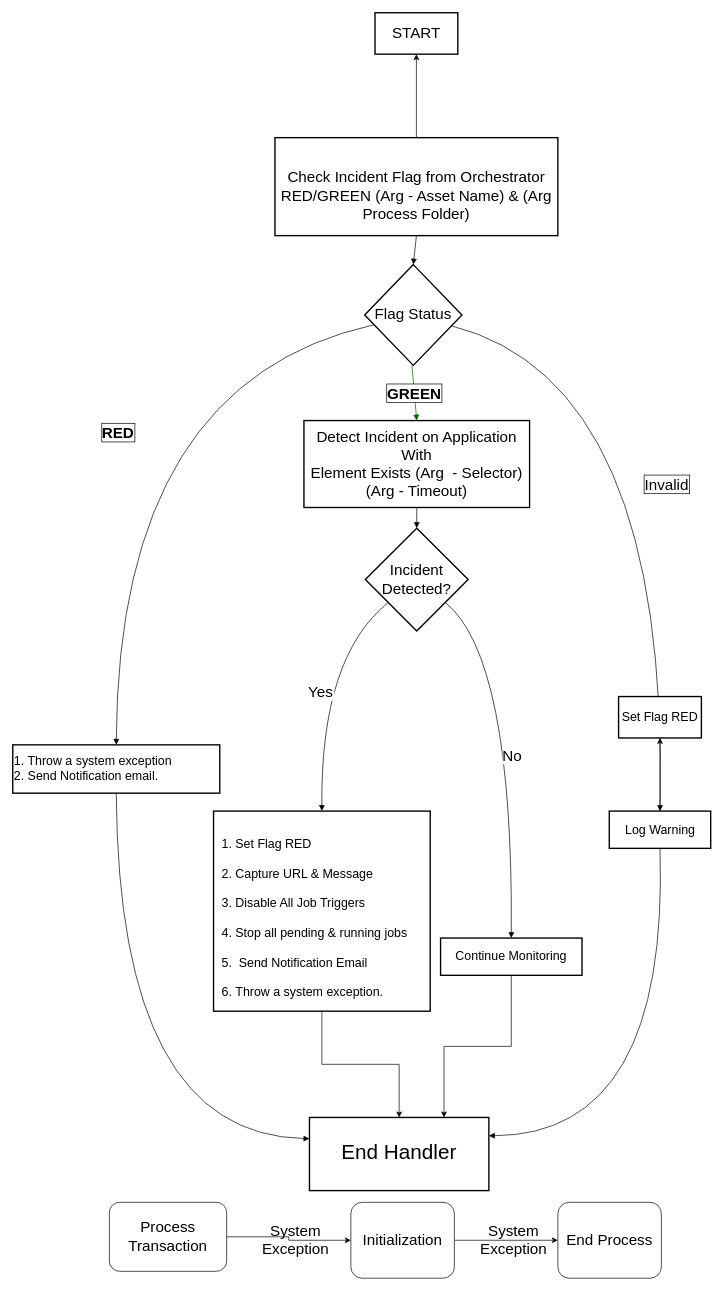
This is Untitled Diagram.drawio from harshitsharmatpg/vault, a draw.io file, before an edit. Source tidied: cells renumbered, new cells numbered last; positions are measured from the earlier drawing's top-left corner, leaving out a move shared by most shapes. Both pictures are drawn from the tidied source at 69%, with x=0, y=0 at pixel (12, 12).
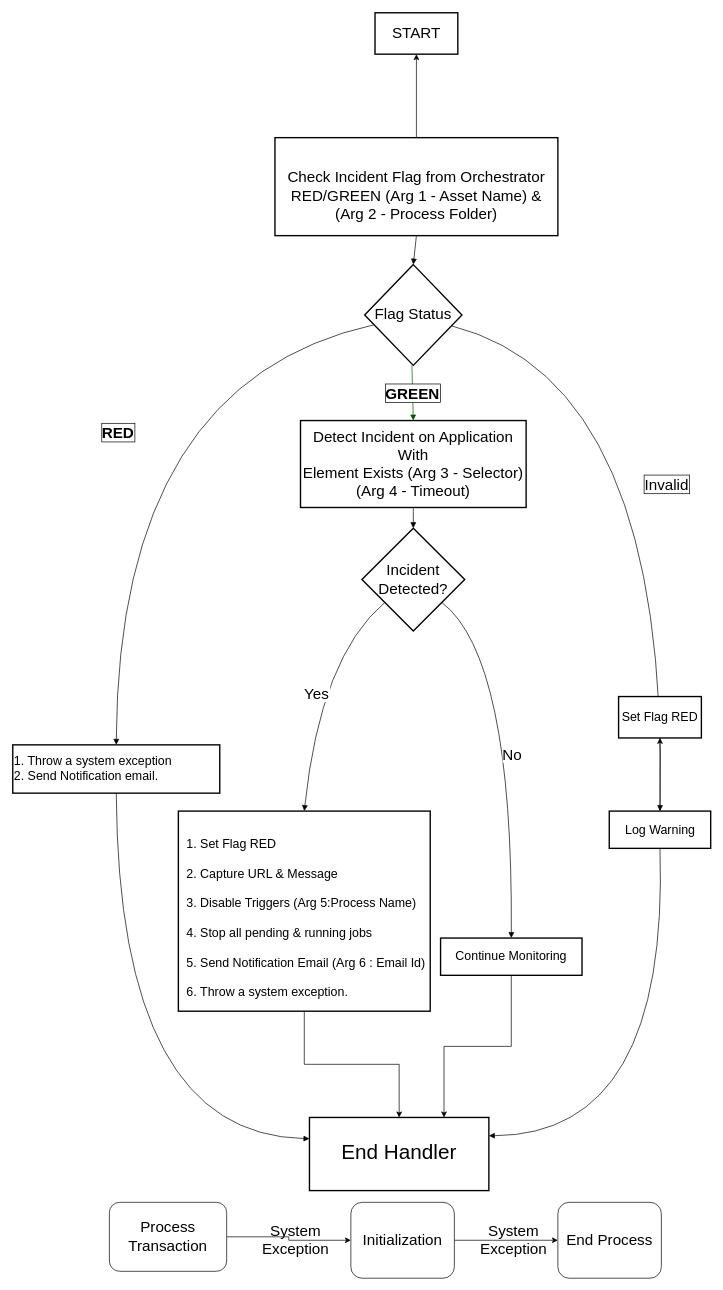
Above is the later version.

The edit, as a diff of the source:
```diff
@@
-    <mxCell id="3" value="&#10;Check Incident Flag from Orchestrator&#10;RED/GREEN (Arg - Asset Name) &amp; (Arg Process Folder)" style="whiteSpace=wrap;strokeWidth=2;fontSize=22;" parent="1" vertex="1">
+    <mxCell id="3" value="&#10;Check Incident Flag from Orchestrator&#10;RED/GREEN (Arg 1 - Asset Name) &amp; (Arg 2 - Process Folder)" style="whiteSpace=wrap;strokeWidth=2;fontSize=22;" parent="1" vertex="1">
       <mxGeometry x="380" y="181" width="410" height="142" as="geometry" />
     </mxCell>
@@
-    <mxCell id="6" value="Detect Incident on Application With&#10;Element Exists (Arg  - Selector) (Arg - Timeout)" style="whiteSpace=wrap;strokeWidth=2;fontSize=22;" parent="1" vertex="1">
-      <mxGeometry x="422" y="591" width="327" height="126" as="geometry" />
+    <mxCell id="6" value="Detect Incident on Application With&#10;Element Exists (Arg 3 - Selector) (Arg 4 - Timeout)" style="whiteSpace=wrap;strokeWidth=2;fontSize=22;" parent="1" vertex="1">
+      <mxGeometry x="417" y="591" width="327" height="126" as="geometry" />
     </mxCell>
@@
     <mxCell id="9" value="Incident&#10;Detected?" style="rhombus;strokeWidth=2;whiteSpace=wrap;fontSize=22;" parent="1" vertex="1">
-      <mxGeometry x="511" y="747" width="149" height="149" as="geometry" />
+      <mxGeometry x="506" y="747" width="149" height="149" as="geometry" />
     </mxCell>
@@
-    <mxCell id="11" value="&#10;  1. Set Flag RED &#10;    &#10;  2. Capture URL &amp; Message&#10;&#10;  3. Disable All Job Triggers&#10;&#10;  4. Stop all pending &amp; running jobs&#10;&#10;  5.  Send Notification Email&#10;&#10;  6. Throw a system exception." style="whiteSpace=wrap;strokeWidth=2;fontSize=18;align=left;" parent="1" vertex="1">
-      <mxGeometry x="291" y="1157" width="314" height="290" as="geometry" />
+    <mxCell id="11" value="&#10;  1. Set Flag RED &#10;    &#10;  2. Capture URL &amp; Message&#10;&#10;  3. Disable Triggers (Arg 5:Process Name)&#10;&#10;  4. Stop all pending &amp; running jobs &#10;&#10;  5. Send Notification Email (Arg 6 : Email Id)&#10;&#10;  6. Throw a system exception." style="whiteSpace=wrap;strokeWidth=2;fontSize=18;align=left;" parent="1" vertex="1">
+      <mxGeometry x="240" y="1157" width="365" height="290" as="geometry" />
     </mxCell>
```
